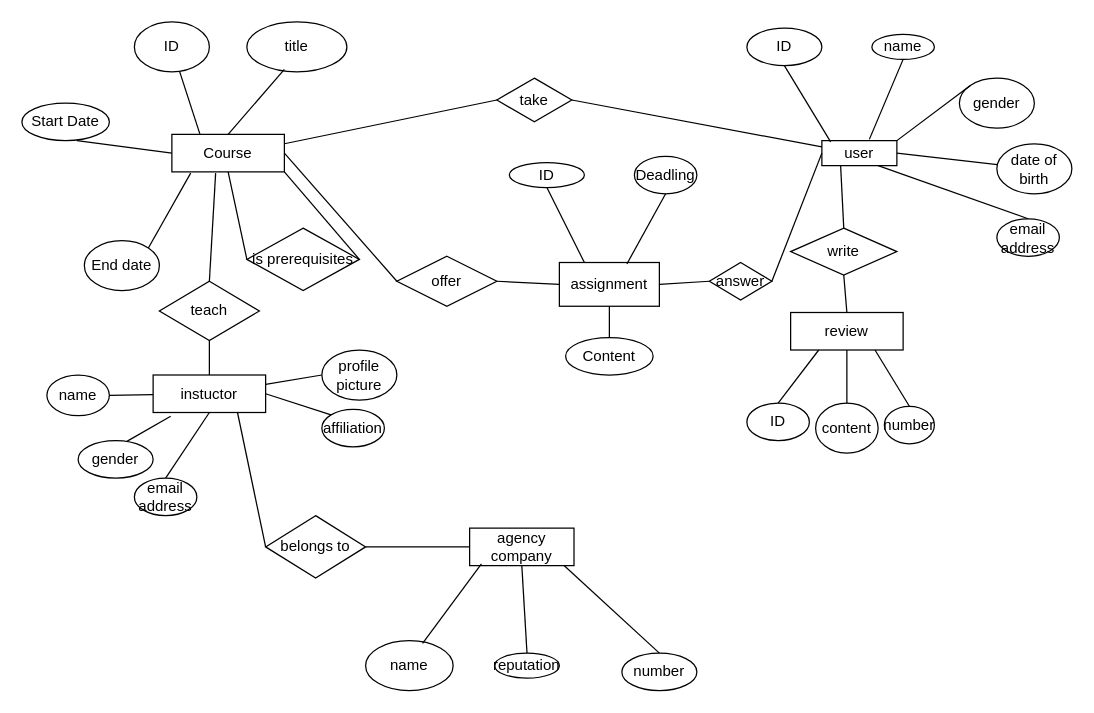
This is DBMS HW1-4.drawio from lukeyuan31/SoftwareEngineeringPics, a draw.io file, before an edit. Source tidied: cells renumbered, new cells numbered last; positions are measured from the earlier drawing's top-left corner, leaving out a move shared by most shapes. Both pictures are drawn from the tidied source at 125%, with x=0, y=0 at pixel (21, 21).
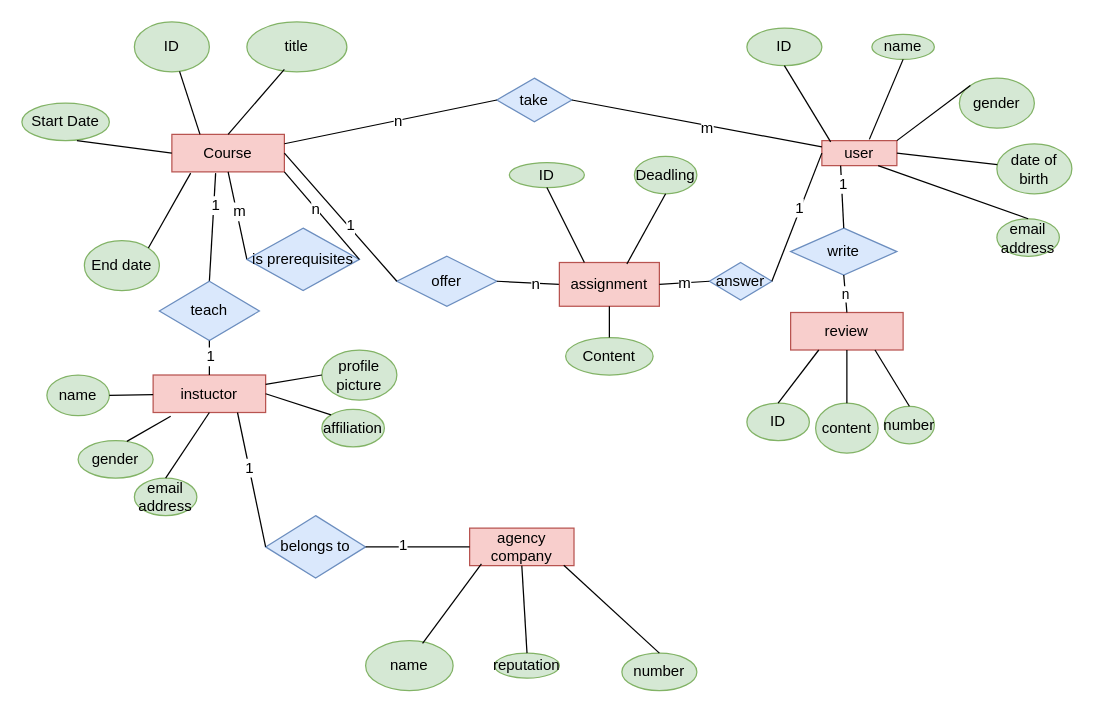
The same page after the edit.

Unchanged cells that the change refers to:
```xml
<mxCell id="11" style="endArrow=none;html=1;entryX=0.5;entryY=1;entryDx=0;entryDy=0;exitX=0;exitY=0.5;exitDx=0;exitDy=0;" parent="1" edge="1" source="61" target="2">
  <mxGeometry relative="1" as="geometry" />
</mxCell>
<mxCell id="13" style="endArrow=none;html=1;entryX=0;entryY=0.5;entryDx=0;entryDy=0;exitX=1;exitY=0.5;exitDx=0;exitDy=0;" parent="1" edge="1" source="2" target="12">
  <mxGeometry relative="1" as="geometry" />
</mxCell>
<mxCell id="14" style="endArrow=none;html=1;exitX=1;exitY=0.5;exitDx=0;exitDy=0;entryX=0;entryY=0.5;entryDx=0;entryDy=0;" parent="1" edge="1" source="12" target="15">
  <mxGeometry relative="1" as="geometry" />
</mxCell>
<mxCell id="23" style="endArrow=none;html=1;entryX=1;entryY=0.5;entryDx=0;entryDy=0;exitX=0;exitY=0.5;exitDx=0;exitDy=0;" parent="1" edge="1" source="22" target="15">
  <mxGeometry relative="1" as="geometry" />
</mxCell>
<mxCell id="25" style="endArrow=none;html=1;entryX=1;entryY=0.5;entryDx=0;entryDy=0;exitX=0;exitY=0.5;exitDx=0;exitDy=0;" parent="1" edge="1" source="24" target="22">
  <mxGeometry relative="1" as="geometry" />
</mxCell>
<mxCell id="39" style="endArrow=none;html=1;entryX=0.389;entryY=1.033;entryDx=0;entryDy=0;exitX=0.5;exitY=0;exitDx=0;exitDy=0;entryPerimeter=0;" parent="1" edge="1" source="68" target="2">
  <mxGeometry relative="1" as="geometry" />
</mxCell>
<mxCell id="49" style="endArrow=none;html=1;entryX=0.75;entryY=1;entryDx=0;entryDy=0;exitX=0;exitY=0.5;exitDx=0;exitDy=0;" parent="1" edge="1" source="48" target="34">
  <mxGeometry relative="1" as="geometry" />
</mxCell>
<mxCell id="50" style="endArrow=none;html=1;entryX=1;entryY=0.5;entryDx=0;entryDy=0;exitX=0;exitY=0.5;exitDx=0;exitDy=0;" parent="1" edge="1" source="41" target="48">
  <mxGeometry relative="1" as="geometry" />
</mxCell>
<mxCell id="52" style="endArrow=none;html=1;entryX=0.25;entryY=1;entryDx=0;entryDy=0;exitX=0.5;exitY=0;exitDx=0;exitDy=0;" parent="1" edge="1" source="51" target="24">
  <mxGeometry relative="1" as="geometry" />
</mxCell>
<mxCell id="62" style="endArrow=none;html=1;entryX=1;entryY=1;entryDx=0;entryDy=0;exitX=1;exitY=0.5;exitDx=0;exitDy=0;" parent="1" edge="1" source="61" target="2">
  <mxGeometry relative="1" as="geometry" />
</mxCell>
<mxCell id="66" style="endArrow=none;html=1;exitX=1;exitY=0.25;exitDx=0;exitDy=0;entryX=0;entryY=0.5;entryDx=0;entryDy=0;" parent="1" edge="1" source="2" target="65">
  <mxGeometry relative="1" as="geometry" />
</mxCell>
<mxCell id="67" style="endArrow=none;html=1;exitX=1;exitY=0.5;exitDx=0;exitDy=0;entryX=0;entryY=0.25;entryDx=0;entryDy=0;" parent="1" edge="1" source="65" target="24">
  <mxGeometry relative="1" as="geometry" />
</mxCell>
<mxCell id="69" style="endArrow=none;html=1;entryX=0.5;entryY=1;entryDx=0;entryDy=0;exitX=0.5;exitY=0;exitDx=0;exitDy=0;" parent="1" edge="1" source="34" target="68">
  <mxGeometry relative="1" as="geometry" />
</mxCell>
```

Change to the diagram source:
```diff
@@
-    <mxCell id="2" value="Course" style="rounded=0;whiteSpace=wrap;html=1;" parent="1" vertex="1">
+    <mxCell id="2" value="Course" style="rounded=0;whiteSpace=wrap;html=1;fillColor=#f8cecc;strokeColor=#b85450;" parent="1" vertex="1">
       <mxGeometry x="120" y="90" width="90" height="30" as="geometry" />
     </mxCell>
-    <mxCell id="3" value="ID&lt;br&gt;" style="ellipse;whiteSpace=wrap;html=1;" parent="1" vertex="1">
+    <mxCell id="3" value="ID&lt;br&gt;" style="ellipse;whiteSpace=wrap;html=1;fillColor=#d5e8d4;strokeColor=#82b366;" parent="1" vertex="1">
       <mxGeometry x="90" width="60" height="40" as="geometry" />
     </mxCell>
@@
-    <mxCell id="5" value="title" style="ellipse;whiteSpace=wrap;html=1;" parent="1" vertex="1">
+    <mxCell id="5" value="title" style="ellipse;whiteSpace=wrap;html=1;fillColor=#d5e8d4;strokeColor=#82b366;" parent="1" vertex="1">
       <mxGeometry x="180" width="80" height="40" as="geometry" />
     </mxCell>
@@
-    <mxCell id="7" value="End date" style="ellipse;whiteSpace=wrap;html=1;" parent="1" vertex="1">
+    <mxCell id="7" value="End date" style="ellipse;whiteSpace=wrap;html=1;fillColor=#d5e8d4;strokeColor=#82b366;" parent="1" vertex="1">
       <mxGeometry x="50" y="175" width="60" height="40" as="geometry" />
     </mxCell>
@@
-    <mxCell id="9" value="Start Date" style="ellipse;whiteSpace=wrap;html=1;" parent="1" vertex="1">
+    <mxCell id="9" value="Start Date" style="ellipse;whiteSpace=wrap;html=1;fillColor=#d5e8d4;strokeColor=#82b366;" parent="1" vertex="1">
       <mxGeometry y="65" width="70" height="30" as="geometry" />
     </mxCell>
@@
+    <mxCell id="76" value="m" style="text;html=1;align=center;verticalAlign=middle;labelBackgroundColor=#ffffff;" parent="11" vertex="1">
+      <mxGeometry x="0.13" y="-2" relative="1" as="geometry">
+        <mxPoint y="1" as="offset" />
+      </mxGeometry>
+    </mxCell>
-    <mxCell id="12" value="offer" style="rhombus;whiteSpace=wrap;html=1;" parent="1" vertex="1">
+    <mxCell id="12" value="offer" style="rhombus;whiteSpace=wrap;html=1;fillColor=#dae8fc;strokeColor=#6c8ebf;" parent="1" vertex="1">
       <mxGeometry x="300" y="187.5" width="80" height="40" as="geometry" />
     </mxCell>
@@
+    <mxCell id="77" value="1" style="text;html=1;align=center;verticalAlign=middle;labelBackgroundColor=#ffffff;" parent="13" vertex="1">
+      <mxGeometry x="0.14" y="2" relative="1" as="geometry" />
+    </mxCell>
@@
+    <mxCell id="78" value="n" style="text;html=1;align=center;verticalAlign=middle;labelBackgroundColor=#ffffff;" parent="14" vertex="1">
+      <mxGeometry x="0.61" y="-3" relative="1" as="geometry">
+        <mxPoint x="-9.8" y="-2.5" as="offset" />
+      </mxGeometry>
+    </mxCell>
-    <mxCell id="15" value="assignment" style="rounded=0;whiteSpace=wrap;html=1;" parent="1" vertex="1">
+    <mxCell id="15" value="assignment" style="rounded=0;whiteSpace=wrap;html=1;fillColor=#f8cecc;strokeColor=#b85450;" parent="1" vertex="1">
       <mxGeometry x="430" y="192.5" width="80" height="35" as="geometry" />
     </mxCell>
-    <mxCell id="16" value="ID" style="ellipse;whiteSpace=wrap;html=1;" parent="1" vertex="1">
+    <mxCell id="16" value="ID" style="ellipse;whiteSpace=wrap;html=1;fillColor=#d5e8d4;strokeColor=#82b366;" parent="1" vertex="1">
       <mxGeometry x="390" y="112.5" width="60" height="20" as="geometry" />
     </mxCell>
-    <mxCell id="17" value="Deadling" style="ellipse;whiteSpace=wrap;html=1;" parent="1" vertex="1">
+    <mxCell id="17" value="Deadling" style="ellipse;whiteSpace=wrap;html=1;fillColor=#d5e8d4;strokeColor=#82b366;" parent="1" vertex="1">
       <mxGeometry x="490" y="107.5" width="50" height="30" as="geometry" />
     </mxCell>
-    <mxCell id="18" value="Content" style="ellipse;whiteSpace=wrap;html=1;" parent="1" vertex="1">
+    <mxCell id="18" value="Content" style="ellipse;whiteSpace=wrap;html=1;fillColor=#d5e8d4;strokeColor=#82b366;" parent="1" vertex="1">
       <mxGeometry x="435" y="252.5" width="70" height="30" as="geometry" />
     </mxCell>
@@
-    <mxCell id="22" value="answer" style="rhombus;whiteSpace=wrap;html=1;" parent="1" vertex="1">
+    <mxCell id="22" value="answer" style="rhombus;whiteSpace=wrap;html=1;fillColor=#dae8fc;strokeColor=#6c8ebf;" parent="1" vertex="1">
       <mxGeometry x="550" y="192.5" width="50" height="30" as="geometry" />
     </mxCell>
@@
+    <mxCell id="79" value="m" style="text;html=1;align=center;verticalAlign=middle;labelBackgroundColor=#ffffff;" parent="23" vertex="1">
+      <mxGeometry x="0.05" relative="1" as="geometry" />
+    </mxCell>
-    <mxCell id="24" value="user" style="rounded=0;whiteSpace=wrap;html=1;" parent="1" vertex="1">
+    <mxCell id="24" value="user" style="rounded=0;whiteSpace=wrap;html=1;fillColor=#f8cecc;strokeColor=#b85450;" parent="1" vertex="1">
       <mxGeometry x="640" y="95" width="60" height="20" as="geometry" />
     </mxCell>
@@
+    <mxCell id="80" value="1" style="text;html=1;align=center;verticalAlign=middle;labelBackgroundColor=#ffffff;" parent="25" vertex="1">
+      <mxGeometry x="-0.15" y="-1" relative="1" as="geometry" />
+    </mxCell>
-    <mxCell id="26" value="ID" style="ellipse;whiteSpace=wrap;html=1;" parent="1" vertex="1">
+    <mxCell id="26" value="ID" style="ellipse;whiteSpace=wrap;html=1;fillColor=#d5e8d4;strokeColor=#82b366;" parent="1" vertex="1">
       <mxGeometry x="580" y="5" width="60" height="30" as="geometry" />
     </mxCell>
-    <mxCell id="27" value="name" style="ellipse;whiteSpace=wrap;html=1;" parent="1" vertex="1">
+    <mxCell id="27" value="name" style="ellipse;whiteSpace=wrap;html=1;fillColor=#d5e8d4;strokeColor=#82b366;" parent="1" vertex="1">
       <mxGeometry x="680" y="10" width="50" height="20" as="geometry" />
     </mxCell>
-    <mxCell id="28" value="email address" style="ellipse;whiteSpace=wrap;html=1;" parent="1" vertex="1">
+    <mxCell id="28" value="email address" style="ellipse;whiteSpace=wrap;html=1;fillColor=#d5e8d4;strokeColor=#82b366;" parent="1" vertex="1">
       <mxGeometry x="780" y="157.5" width="50" height="30" as="geometry" />
     </mxCell>
-    <mxCell id="29" value="date of birth" style="ellipse;whiteSpace=wrap;html=1;" parent="1" vertex="1">
+    <mxCell id="29" value="date of birth" style="ellipse;whiteSpace=wrap;html=1;fillColor=#d5e8d4;strokeColor=#82b366;" parent="1" vertex="1">
       <mxGeometry x="780" y="97.5" width="60" height="40" as="geometry" />
     </mxCell>
@@
-    <mxCell id="34" value="instuctor" style="rounded=0;whiteSpace=wrap;html=1;" parent="1" vertex="1">
+    <mxCell id="34" value="instuctor" style="rounded=0;whiteSpace=wrap;html=1;fillColor=#f8cecc;strokeColor=#b85450;" parent="1" vertex="1">
       <mxGeometry x="105" y="282.5" width="90" height="30" as="geometry" />
     </mxCell>
-    <mxCell id="35" value="name" style="ellipse;whiteSpace=wrap;html=1;" parent="1" vertex="1">
+    <mxCell id="35" value="name" style="ellipse;whiteSpace=wrap;html=1;fillColor=#d5e8d4;strokeColor=#82b366;" parent="1" vertex="1">
       <mxGeometry x="20" y="282.5" width="50" height="32.5" as="geometry" />
     </mxCell>
-    <mxCell id="36" value="gender" style="ellipse;whiteSpace=wrap;html=1;" parent="1" vertex="1">
+    <mxCell id="36" value="gender" style="ellipse;whiteSpace=wrap;html=1;fillColor=#d5e8d4;strokeColor=#82b366;" parent="1" vertex="1">
       <mxGeometry x="45" y="335" width="60" height="30" as="geometry" />
     </mxCell>
@@
+    <mxCell id="81" value="1" style="text;html=1;align=center;verticalAlign=middle;labelBackgroundColor=#ffffff;" parent="39" vertex="1">
+      <mxGeometry x="0.4" y="-1" relative="1" as="geometry" />
+    </mxCell>
@@
-    <mxCell id="41" value="agency company" style="rounded=0;whiteSpace=wrap;html=1;" parent="1" vertex="1">
+    <mxCell id="41" value="agency company" style="rounded=0;whiteSpace=wrap;html=1;fillColor=#f8cecc;strokeColor=#b85450;" parent="1" vertex="1">
       <mxGeometry x="358.2" y="405" width="83.5" height="30" as="geometry" />
     </mxCell>
-    <mxCell id="42" value="reputation" style="ellipse;whiteSpace=wrap;html=1;" parent="1" vertex="1">
+    <mxCell id="42" value="reputation" style="ellipse;whiteSpace=wrap;html=1;fillColor=#d5e8d4;strokeColor=#82b366;" parent="1" vertex="1">
       <mxGeometry x="378.2" y="505" width="51.8" height="20" as="geometry" />
     </mxCell>
-    <mxCell id="43" value="number" style="ellipse;whiteSpace=wrap;html=1;" parent="1" vertex="1">
+    <mxCell id="43" value="number" style="ellipse;whiteSpace=wrap;html=1;fillColor=#d5e8d4;strokeColor=#82b366;" parent="1" vertex="1">
       <mxGeometry x="480" y="505" width="60" height="30" as="geometry" />
     </mxCell>
-    <mxCell id="44" value="name" style="ellipse;whiteSpace=wrap;html=1;" parent="1" vertex="1">
+    <mxCell id="44" value="name" style="ellipse;whiteSpace=wrap;html=1;fillColor=#d5e8d4;strokeColor=#82b366;" parent="1" vertex="1">
       <mxGeometry x="275" y="495" width="70" height="40" as="geometry" />
     </mxCell>
@@
-    <mxCell id="48" value="belongs to" style="rhombus;whiteSpace=wrap;html=1;" parent="1" vertex="1">
+    <mxCell id="48" value="belongs to" style="rhombus;whiteSpace=wrap;html=1;fillColor=#dae8fc;strokeColor=#6c8ebf;" parent="1" vertex="1">
       <mxGeometry x="195" y="395" width="80" height="50" as="geometry" />
     </mxCell>
@@
+    <mxCell id="82" value="1" style="text;html=1;align=center;verticalAlign=middle;labelBackgroundColor=#ffffff;" parent="49" vertex="1">
+      <mxGeometry x="0.19" relative="1" as="geometry" />
+    </mxCell>
@@
+    <mxCell id="83" value="1" style="text;html=1;align=center;verticalAlign=middle;labelBackgroundColor=#ffffff;" parent="50" vertex="1">
+      <mxGeometry x="0.3" y="-2" relative="1" as="geometry" />
+    </mxCell>
-    <mxCell id="51" value="write" style="rhombus;whiteSpace=wrap;html=1;" parent="1" vertex="1">
+    <mxCell id="51" value="write" style="rhombus;whiteSpace=wrap;html=1;fillColor=#dae8fc;strokeColor=#6c8ebf;" parent="1" vertex="1">
       <mxGeometry x="615" y="165" width="85" height="37.5" as="geometry" />
     </mxCell>
@@
+    <mxCell id="84" value="1" style="text;html=1;align=center;verticalAlign=middle;labelBackgroundColor=#ffffff;" parent="52" vertex="1">
+      <mxGeometry x="0.4" y="-1" relative="1" as="geometry" />
+    </mxCell>
-    <mxCell id="53" value="review" style="rounded=0;whiteSpace=wrap;html=1;" parent="1" vertex="1">
+    <mxCell id="53" value="review" style="rounded=0;whiteSpace=wrap;html=1;fillColor=#f8cecc;strokeColor=#b85450;" parent="1" vertex="1">
       <mxGeometry x="615" y="232.5" width="90" height="30" as="geometry" />
     </mxCell>
-    <mxCell id="54" style="endArrow=none;html=1;entryX=0.5;entryY=1;entryDx=0;entryDy=0;exitX=0.5;exitY=0;exitDx=0;exitDy=0;" parent="1" edge="1" source="53" target="51">
+    <mxCell id="54" value="n" style="endArrow=none;html=1;entryX=0.5;entryY=1;entryDx=0;entryDy=0;exitX=0.5;exitY=0;exitDx=0;exitDy=0;" parent="1" edge="1" source="53" target="51">
       <mxGeometry relative="1" as="geometry" />
     </mxCell>
-    <mxCell id="55" value="ID" style="ellipse;whiteSpace=wrap;html=1;" parent="1" vertex="1">
+    <mxCell id="55" value="ID" style="ellipse;whiteSpace=wrap;html=1;fillColor=#d5e8d4;strokeColor=#82b366;" parent="1" vertex="1">
       <mxGeometry x="580" y="305" width="50" height="30" as="geometry" />
     </mxCell>
-    <mxCell id="56" value="content" style="ellipse;whiteSpace=wrap;html=1;" parent="1" vertex="1">
+    <mxCell id="56" value="content" style="ellipse;whiteSpace=wrap;html=1;fillColor=#d5e8d4;strokeColor=#82b366;" parent="1" vertex="1">
       <mxGeometry x="635" y="305" width="50" height="40" as="geometry" />
     </mxCell>
-    <mxCell id="57" value="number" style="ellipse;whiteSpace=wrap;html=1;" parent="1" vertex="1">
+    <mxCell id="57" value="number" style="ellipse;whiteSpace=wrap;html=1;fillColor=#d5e8d4;strokeColor=#82b366;" parent="1" vertex="1">
       <mxGeometry x="690" y="307.5" width="40" height="30" as="geometry" />
     </mxCell>
@@
-    <mxCell id="61" value="is prerequisites" style="rhombus;whiteSpace=wrap;html=1;" parent="1" vertex="1">
+    <mxCell id="61" value="is prerequisites" style="rhombus;whiteSpace=wrap;html=1;fillColor=#dae8fc;strokeColor=#6c8ebf;" parent="1" vertex="1">
       <mxGeometry x="180" y="165" width="90" height="50" as="geometry" />
     </mxCell>
@@
+    <mxCell id="85" value="n" style="text;html=1;align=center;verticalAlign=middle;labelBackgroundColor=#ffffff;" parent="62" vertex="1">
+      <mxGeometry x="0.17" relative="1" as="geometry" />
+    </mxCell>
-    <mxCell id="63" value="gender" style="ellipse;whiteSpace=wrap;html=1;" parent="1" vertex="1">
+    <mxCell id="63" value="gender" style="ellipse;whiteSpace=wrap;html=1;fillColor=#d5e8d4;strokeColor=#82b366;" parent="1" vertex="1">
       <mxGeometry x="750" y="45" width="60" height="40" as="geometry" />
     </mxCell>
@@
-    <mxCell id="65" value="take" style="rhombus;whiteSpace=wrap;html=1;" parent="1" vertex="1">
+    <mxCell id="65" value="take" style="rhombus;whiteSpace=wrap;html=1;fillColor=#dae8fc;strokeColor=#6c8ebf;" parent="1" vertex="1">
       <mxGeometry x="380" y="45" width="60" height="35" as="geometry" />
     </mxCell>
@@
+    <mxCell id="86" value="n" style="text;html=1;align=center;verticalAlign=middle;labelBackgroundColor=#ffffff;" parent="66" vertex="1">
+      <mxGeometry x="0.06" y="-1" relative="1" as="geometry" />
+    </mxCell>
@@
+    <mxCell id="87" value="m" style="text;html=1;align=center;verticalAlign=middle;labelBackgroundColor=#ffffff;" parent="67" vertex="1">
+      <mxGeometry x="0.08" y="-2" relative="1" as="geometry" />
+    </mxCell>
-    <mxCell id="68" value="teach" style="rhombus;whiteSpace=wrap;html=1;" parent="1" vertex="1">
+    <mxCell id="68" value="teach" style="rhombus;whiteSpace=wrap;html=1;fillColor=#dae8fc;strokeColor=#6c8ebf;" parent="1" vertex="1">
       <mxGeometry x="110" y="207.5" width="80" height="47.5" as="geometry" />
     </mxCell>
@@
+    <mxCell id="88" value="1" style="text;html=1;align=center;verticalAlign=middle;labelBackgroundColor=#ffffff;" parent="69" vertex="1">
+      <mxGeometry x="0.71" relative="1" as="geometry">
+        <mxPoint y="9" as="offset" />
+      </mxGeometry>
+    </mxCell>
-    <mxCell id="70" value="email address" style="ellipse;whiteSpace=wrap;html=1;" parent="1" vertex="1">
+    <mxCell id="70" value="email address" style="ellipse;whiteSpace=wrap;html=1;fillColor=#d5e8d4;strokeColor=#82b366;" parent="1" vertex="1">
       <mxGeometry x="90" y="365" width="50" height="30" as="geometry" />
     </mxCell>
@@
-    <mxCell id="72" value="affiliation" style="ellipse;whiteSpace=wrap;html=1;" parent="1" vertex="1">
+    <mxCell id="72" value="affiliation" style="ellipse;whiteSpace=wrap;html=1;fillColor=#d5e8d4;strokeColor=#82b366;" parent="1" vertex="1">
       <mxGeometry x="240" y="310" width="50" height="30" as="geometry" />
     </mxCell>
-    <mxCell id="73" value="profile picture" style="ellipse;whiteSpace=wrap;html=1;" parent="1" vertex="1">
+    <mxCell id="73" value="profile picture" style="ellipse;whiteSpace=wrap;html=1;fillColor=#d5e8d4;strokeColor=#82b366;" parent="1" vertex="1">
       <mxGeometry x="240" y="262.5" width="60" height="40" as="geometry" />
     </mxCell>
```
